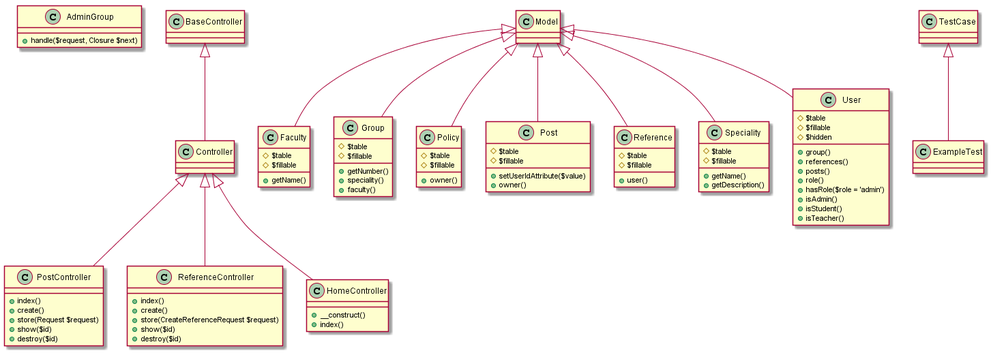
Above: Diagrams/Class diagram.png in Alexpechonov/my_website (PlantUML), before the change.
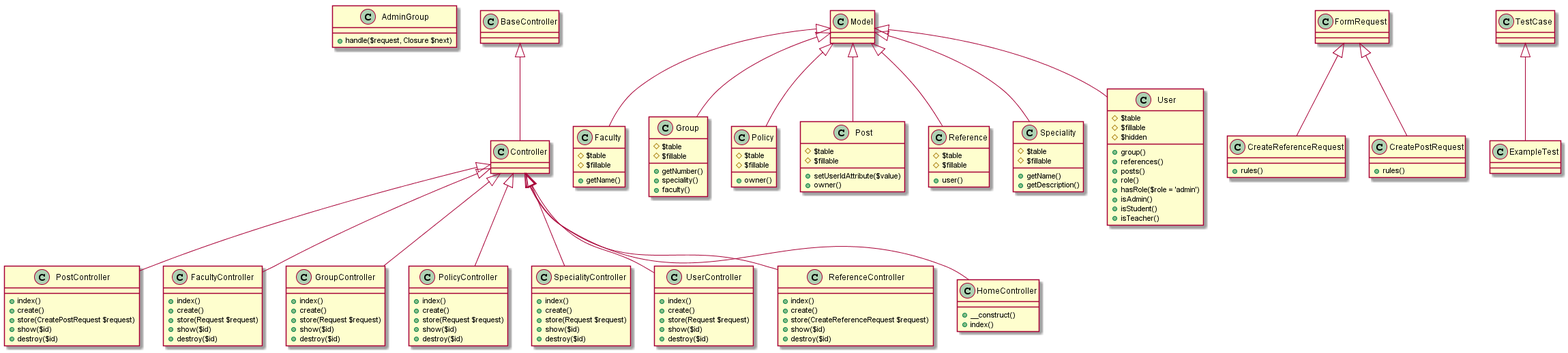
The same file after the commit.

Change to the diagram source:
```diff
@@ -3,6 +3,46 @@
 +handle($request, Closure $next)
 }
 class PostController extends Controller{
++index()
++create()
++store(CreatePostRequest $request)
++show($id)
++destroy($id)
+}
+
+class FacultyController extends Controller{
++index()
++create()
++store(Request $request)
++show($id)
++destroy($id)
+}
+
+class GroupController extends Controller{
++index()
++create()
++store(Request $request)
++show($id)
++destroy($id)
+}
+
+class PolicyController extends Controller{
++index()
++create()
++store(Request $request)
++show($id)
++destroy($id)
+}
+
+class SpecialityController extends Controller{
++index()
++create()
++store(Request $request)
++show($id)
++destroy($id)
+}
+
+class UserController extends Controller{
 +index()
 +create()
 +store(Request $request)
@@ -80,5 +120,15 @@
 +isTeacher()
 }
 
+
+class CreateReferenceRequest extends FormRequest{
++rules()
+}
+
+class CreatePostRequest extends FormRequest{
++rules()
+}
+
+
 class ExampleTest extends TestCase
 @enduml
```
